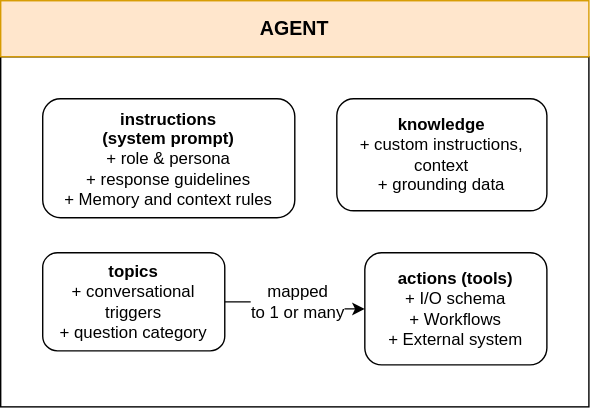
The draw.io diagram msft-copilot-agent.drawio.svg in joshuavaple/draw-io, before a commit. Source tidied: cells renumbered, new cells last; positions are measured from the earlier drawing's top-left corner, leaving out a move shared by most shapes. Its diagram source:
```xml
<mxGraphModel>
  <root>
    <mxCell id="0" />
    <mxCell id="1" parent="0" />
    <mxCell id="2" style="rounded=0;whiteSpace=wrap;html=1;strokeColor=default;align=center;verticalAlign=middle;spacing=10;fontFamily=Helvetica;fontSize=12;fontColor=default;fillColor=default;" parent="1" vertex="1">
      <mxGeometry y="40" width="420" height="250" as="geometry" />
    </mxCell>
    <mxCell id="3" value="&lt;b&gt;knowledge&lt;/b&gt;&lt;div&gt;+ custom instructions, context&lt;/div&gt;&lt;div&gt;+ grounding data&lt;/div&gt;" style="rounded=1;whiteSpace=wrap;html=1;spacing=10;" parent="1" vertex="1">
      <mxGeometry x="240" y="70" width="150" height="80" as="geometry" />
    </mxCell>
    <mxCell id="4" value="&lt;b&gt;actions (tools)&lt;/b&gt;&lt;div&gt;+ I/O schema&lt;/div&gt;&lt;div&gt;+ Workflows&lt;/div&gt;&lt;div&gt;+ External system&lt;/div&gt;" style="rounded=1;whiteSpace=wrap;html=1;spacing=10;" parent="1" vertex="1">
      <mxGeometry x="260" y="180" width="130" height="80" as="geometry" />
    </mxCell>
    <mxCell id="5" style="edgeStyle=orthogonalEdgeStyle;rounded=0;jettySize=auto;html=1;fontFamily=Helvetica;fontSize=12;fontColor=default;" parent="1" edge="1" source="7" target="4">
      <mxGeometry relative="1" as="geometry" />
    </mxCell>
    <mxCell id="6" value="mapped&lt;div&gt;to 1 or many&lt;/div&gt;" style="edgeLabel;html=1;align=center;verticalAlign=middle;rounded=1;strokeColor=default;spacing=10;fontFamily=Helvetica;fontSize=12;fontColor=default;fillColor=default;" parent="5" vertex="1">
      <mxGeometry x="-0.06" y="1" relative="1" as="geometry" />
    </mxCell>
    <mxCell id="7" value="&lt;b&gt;topics&lt;/b&gt;&lt;div&gt;+&amp;nbsp;conversational triggers&lt;/div&gt;&lt;div&gt;+ question category&lt;/div&gt;" style="rounded=1;whiteSpace=wrap;html=1;spacing=10;" parent="1" vertex="1">
      <mxGeometry x="30" y="180" width="130" height="70" as="geometry" />
    </mxCell>
    <mxCell id="8" value="&lt;b&gt;instructions&lt;/b&gt;&lt;div&gt;&lt;b&gt;(system prompt)&lt;/b&gt;&lt;/div&gt;&lt;div&gt;+ role &amp;amp; persona&lt;/div&gt;&lt;div&gt;+ response guidelines&lt;/div&gt;&lt;div&gt;+ Memory and context rules&lt;/div&gt;" style="rounded=1;whiteSpace=wrap;html=1;spacing=10;" parent="1" vertex="1">
      <mxGeometry x="30" y="70" width="180" height="85" as="geometry" />
    </mxCell>
    <mxCell id="9" value="&lt;b&gt;AGENT&lt;/b&gt;" style="rounded=0;whiteSpace=wrap;html=1;strokeColor=#d79b00;align=center;verticalAlign=middle;spacing=10;fontFamily=Helvetica;fontSize=14;fillColor=#ffe6cc;" parent="1" vertex="1">
      <mxGeometry width="420" height="40" as="geometry" />
    </mxCell>
  </root>
</mxGraphModel>
```
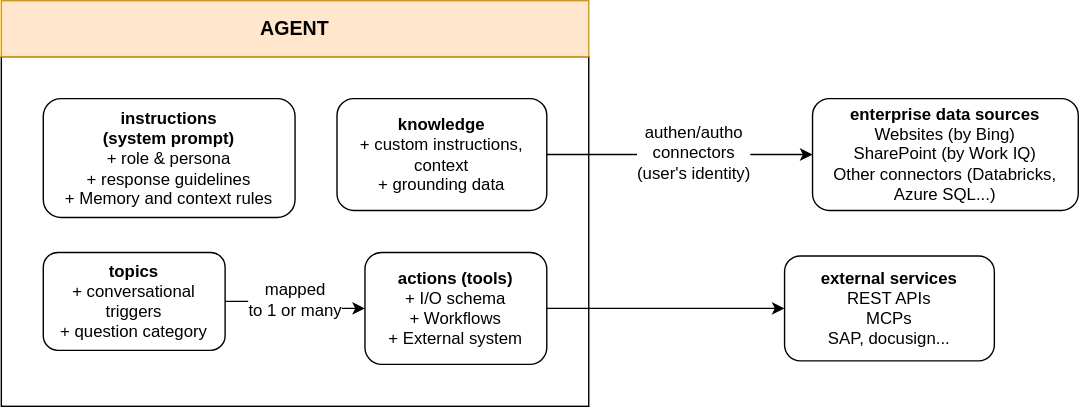
Later version of the same file.

What changed in the source:
```diff
@@ -5,9 +5,18 @@
     <mxCell id="2" style="rounded=0;whiteSpace=wrap;html=1;strokeColor=default;align=center;verticalAlign=middle;spacing=10;fontFamily=Helvetica;fontSize=12;fontColor=default;fillColor=default;" parent="1" vertex="1">
       <mxGeometry y="40" width="420" height="250" as="geometry" />
     </mxCell>
+    <mxCell id="10" style="edgeStyle=orthogonalEdgeStyle;rounded=0;jettySize=auto;html=1;entryX=0;entryY=0.5;entryDx=0;entryDy=0;fontFamily=Helvetica;fontSize=12;fontColor=default;" parent="1" edge="1" source="3" target="13">
+      <mxGeometry relative="1" as="geometry" />
+    </mxCell>
+    <mxCell id="11" value="authen/autho&lt;div&gt;connectors&lt;/div&gt;&lt;div&gt;(user's identity)&lt;/div&gt;" style="edgeLabel;html=1;align=center;verticalAlign=middle;rounded=1;strokeColor=default;spacing=10;fontFamily=Helvetica;fontSize=12;fontColor=default;fillColor=default;" parent="10" vertex="1">
+      <mxGeometry x="0.11" y="1" relative="1" as="geometry" />
+    </mxCell>
     <mxCell id="3" value="&lt;b&gt;knowledge&lt;/b&gt;&lt;div&gt;+ custom instructions, context&lt;/div&gt;&lt;div&gt;+ grounding data&lt;/div&gt;" style="rounded=1;whiteSpace=wrap;html=1;spacing=10;" parent="1" vertex="1">
       <mxGeometry x="240" y="70" width="150" height="80" as="geometry" />
     </mxCell>
+    <mxCell id="12" style="edgeStyle=orthogonalEdgeStyle;rounded=0;jettySize=auto;html=1;entryX=0;entryY=0.5;entryDx=0;entryDy=0;fontFamily=Helvetica;fontSize=12;fontColor=default;" parent="1" edge="1" source="4" target="14">
+      <mxGeometry relative="1" as="geometry" />
+    </mxCell>
     <mxCell id="4" value="&lt;b&gt;actions (tools)&lt;/b&gt;&lt;div&gt;+ I/O schema&lt;/div&gt;&lt;div&gt;+ Workflows&lt;/div&gt;&lt;div&gt;+ External system&lt;/div&gt;" style="rounded=1;whiteSpace=wrap;html=1;spacing=10;" parent="1" vertex="1">
       <mxGeometry x="260" y="180" width="130" height="80" as="geometry" />
     </mxCell>
@@ -26,5 +35,11 @@
     <mxCell id="9" value="&lt;b&gt;AGENT&lt;/b&gt;" style="rounded=0;whiteSpace=wrap;html=1;strokeColor=#d79b00;align=center;verticalAlign=middle;spacing=10;fontFamily=Helvetica;fontSize=14;fillColor=#ffe6cc;" parent="1" vertex="1">
       <mxGeometry width="420" height="40" as="geometry" />
     </mxCell>
+    <mxCell id="13" value="&lt;b&gt;enterprise data sources&lt;/b&gt;&lt;div&gt;Websites (by Bing)&lt;/div&gt;&lt;div&gt;SharePoint (by Work IQ)&lt;/div&gt;&lt;div&gt;Other connectors (Databricks, Azure SQL...)&lt;/div&gt;" style="rounded=1;whiteSpace=wrap;html=1;spacing=10;" parent="1" vertex="1">
+      <mxGeometry x="580" y="70" width="190" height="80" as="geometry" />
+    </mxCell>
+    <mxCell id="14" value="&lt;b&gt;external services&lt;/b&gt;&lt;div&gt;REST APIs&lt;/div&gt;&lt;div&gt;MCPs&lt;/div&gt;&lt;div&gt;SAP, docusign...&lt;/div&gt;" style="rounded=1;whiteSpace=wrap;html=1;spacing=10;" parent="1" vertex="1">
+      <mxGeometry x="560" y="182.5" width="150" height="75" as="geometry" />
+    </mxCell>
   </root>
 </mxGraphModel>
```
